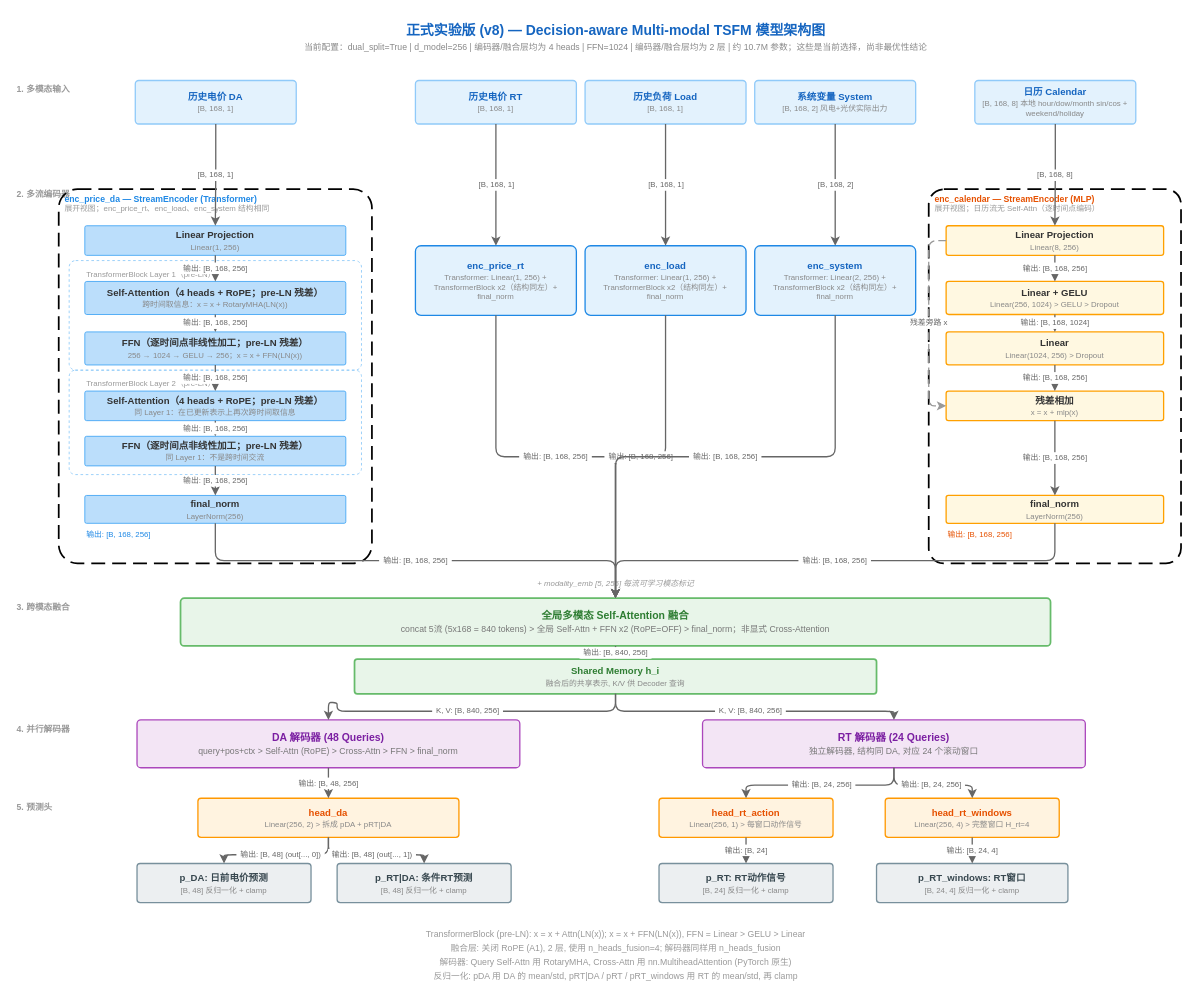
This is docs/model_architecture.drawio from lwowlwowl/electricity-price-forecasting, a draw.io file, before an edit. Source tidied: cells renumbered, new cells numbered last; positions are measured from the earlier drawing's top-left corner, leaving out a move shared by most shapes. Both pictures are drawn from the tidied source at 87%, with x=0, y=0 at pixel (15, 15).
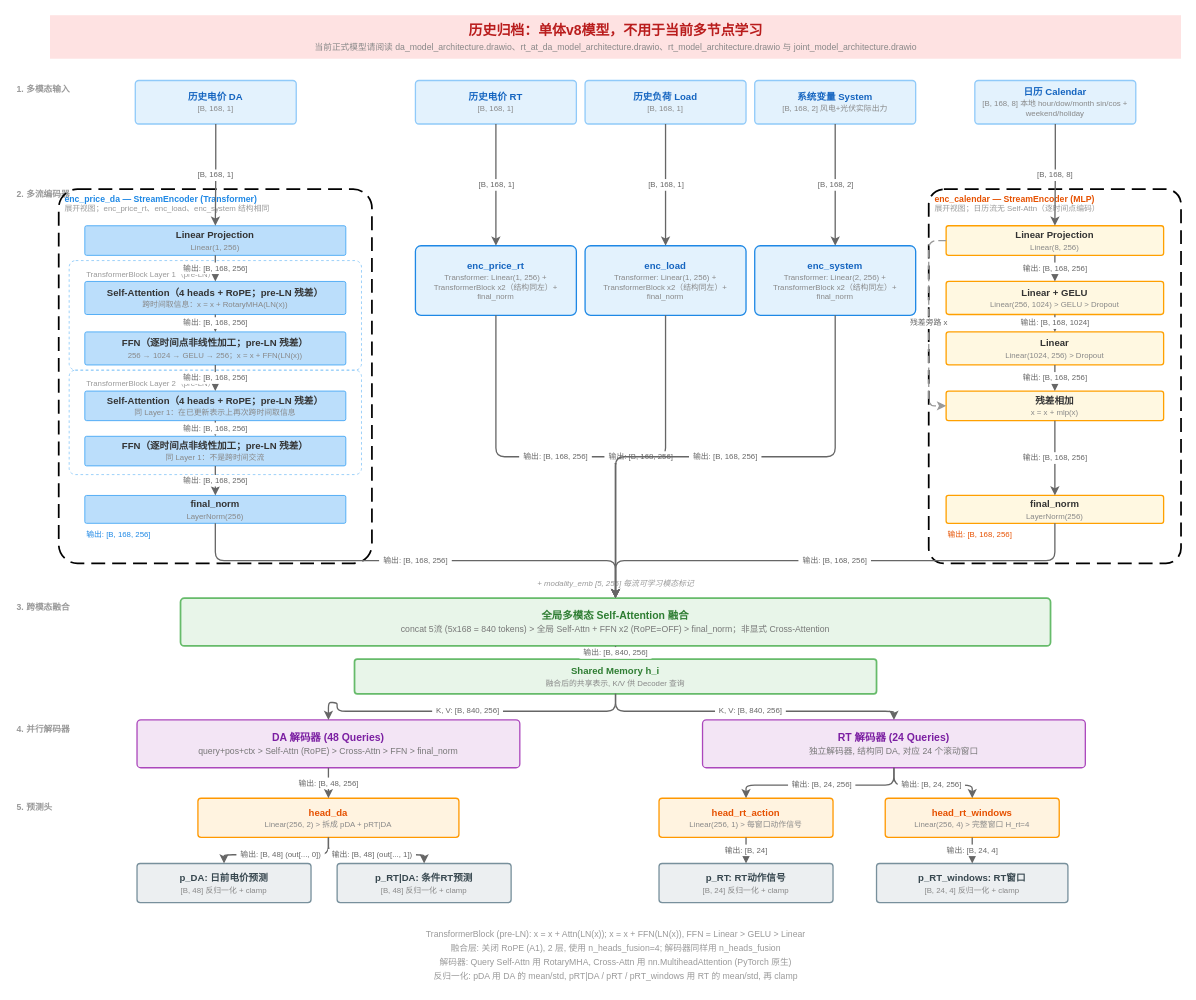
The same diagram, later.

The edit, as a diff of the source:
```diff
@@
-    <mxCell id="2" value="&lt;div style=&quot;font-weight:bold;font-size:16px;color:#1565C0;&quot;&gt;正式实验版 (v8) — Decision-aware Multi-modal TSFM 模型架构图&lt;/div&gt;&lt;div style=&quot;font-size:10px;color:#888;margin-top:4px;&quot;&gt;当前配置：dual_split=True | d_model=256 | 编码器/融合层均为 4 heads | FFN=1024 | 编码器/融合层均为 2 层 | 约 10.7M 参数；这些是当前选择，尚非最优性结论&lt;/div&gt;" style="text;html=1;align=center;verticalAlign=middle;strokeColor=none;fillColor=none;" parent="1" vertex="1">
+    <mxCell id="2" value="&lt;div style=&quot;font-weight:bold;font-size:16px;color:#B91C1C;&quot;&gt;历史归档：单体v8模型，不用于当前多节点学习&lt;/div&gt;&lt;div style=&quot;font-size:10px;color:#888;margin-top:4px;&quot;&gt;当前正式模型请阅读 da_model_architecture.drawio、rt_at_da_model_architecture.drawio、rt_model_architecture.drawio 与 joint_model_architecture.drawio&lt;/div&gt;" style="text;html=1;align=center;verticalAlign=middle;strokeColor=none;fillColor=#FEE2E2;" parent="1" vertex="1">
       <mxGeometry x="40" width="1300" height="50" as="geometry" />
     </mxCell>
```
